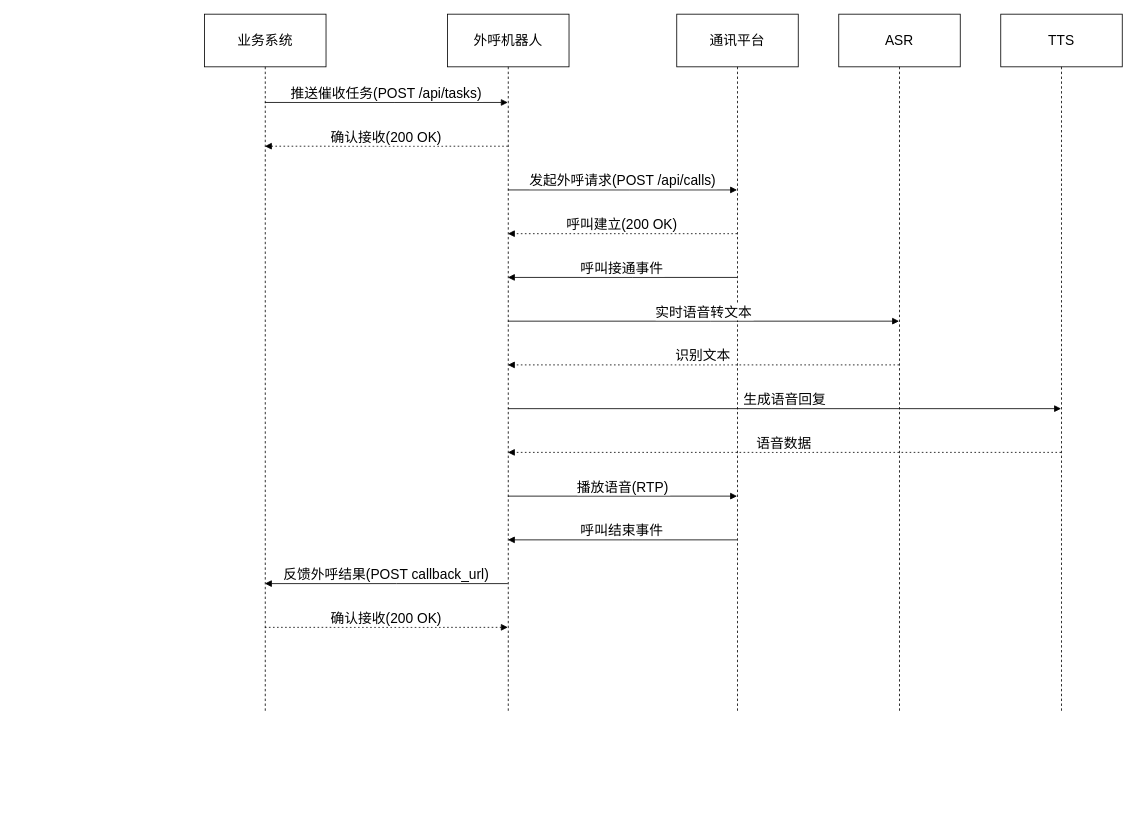
iceAcmen/myDesign keeps this draw.io diagram as page "外呼机器人时序图" (5 of 7) of OC/国开行智能客服.drawio. Above is the earlier version. Source tidied: cells renumbered, new cells numbered last; positions are measured from the earlier drawing's top-left corner, leaving out a move shared by most shapes. Both pictures are drawn from the tidied source at 81%, with x=0, y=0 at pixel (204, 14).
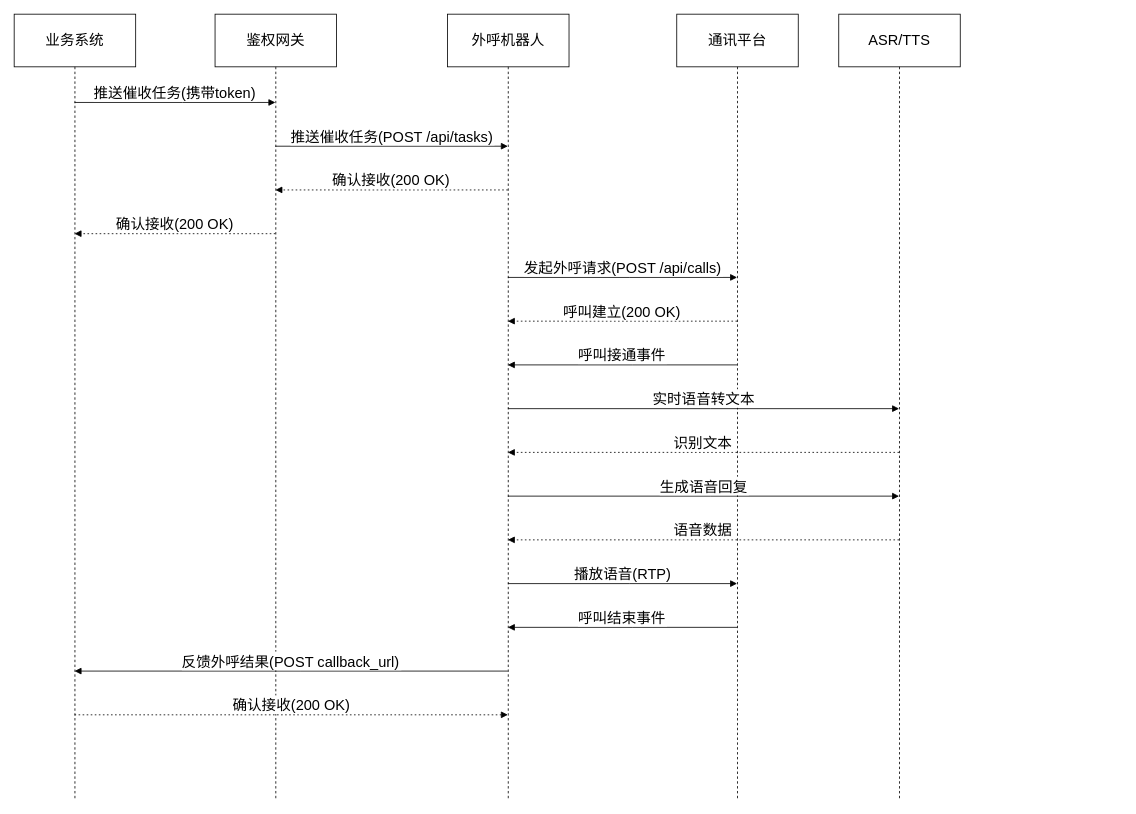
The same diagram, later.

Commit message:
更新国开行智能客服.drawio

What changed in the source:
```diff
@@
-    <mxCell id="2" value="业务系统" style="shape=umlLifeline;perimeter=lifelinePerimeter;whiteSpace=wrap;outlineConnect=0;portConstraint=eastwest;newEdgeStyle={&quot;edgeStyle&quot;:&quot;elbowEdgeStyle&quot;,&quot;elbow&quot;:&quot;vertical&quot;,&quot;curved&quot;:0,&quot;rounded&quot;:0};size=65;fontSize=17;" parent="1" vertex="1">
-      <mxGeometry width="150" height="862" as="geometry" />
+    <mxCell id="2" value="业务系统" style="shape=umlLifeline;perimeter=lifelinePerimeter;whiteSpace=wrap;outlineConnect=0;portConstraint=eastwest;newEdgeStyle={&quot;edgeStyle&quot;:&quot;elbowEdgeStyle&quot;,&quot;elbow&quot;:&quot;vertical&quot;,&quot;curved&quot;:0,&quot;rounded&quot;:0};size=65;fontSize=18;" parent="1" vertex="1">
+      <mxGeometry x="-235" width="150" height="970" as="geometry" />
     </mxCell>
+    <mxCell id="20" value="鉴权网关" style="shape=umlLifeline;perimeter=lifelinePerimeter;whiteSpace=wrap;outlineConnect=0;portConstraint=eastwest;newEdgeStyle={&quot;edgeStyle&quot;:&quot;elbowEdgeStyle&quot;,&quot;elbow&quot;:&quot;vertical&quot;,&quot;curved&quot;:0,&quot;rounded&quot;:0};size=65;fontSize=18;" parent="1" vertex="1">
+      <mxGeometry x="13" width="150" height="970" as="geometry" />
+    </mxCell>
-    <mxCell id="3" value="外呼机器人" style="shape=umlLifeline;perimeter=lifelinePerimeter;whiteSpace=wrap;outlineConnect=0;portConstraint=eastwest;newEdgeStyle={&quot;edgeStyle&quot;:&quot;elbowEdgeStyle&quot;,&quot;elbow&quot;:&quot;vertical&quot;,&quot;curved&quot;:0,&quot;rounded&quot;:0};size=65;fontSize=17;" parent="1" vertex="1">
-      <mxGeometry x="300" width="150" height="862" as="geometry" />
+    <mxCell id="3" value="外呼机器人" style="shape=umlLifeline;perimeter=lifelinePerimeter;whiteSpace=wrap;outlineConnect=0;portConstraint=eastwest;newEdgeStyle={&quot;edgeStyle&quot;:&quot;elbowEdgeStyle&quot;,&quot;elbow&quot;:&quot;vertical&quot;,&quot;curved&quot;:0,&quot;rounded&quot;:0};size=65;fontSize=18;" parent="1" vertex="1">
+      <mxGeometry x="300" width="150" height="970" as="geometry" />
     </mxCell>
-    <mxCell id="4" value="通讯平台" style="shape=umlLifeline;perimeter=lifelinePerimeter;whiteSpace=wrap;outlineConnect=0;portConstraint=eastwest;newEdgeStyle={&quot;edgeStyle&quot;:&quot;elbowEdgeStyle&quot;,&quot;elbow&quot;:&quot;vertical&quot;,&quot;curved&quot;:0,&quot;rounded&quot;:0};size=65;fontSize=17;" parent="1" vertex="1">
-      <mxGeometry x="583" width="150" height="862" as="geometry" />
+    <mxCell id="4" value="通讯平台" style="shape=umlLifeline;perimeter=lifelinePerimeter;whiteSpace=wrap;outlineConnect=0;portConstraint=eastwest;newEdgeStyle={&quot;edgeStyle&quot;:&quot;elbowEdgeStyle&quot;,&quot;elbow&quot;:&quot;vertical&quot;,&quot;curved&quot;:0,&quot;rounded&quot;:0};size=65;fontSize=18;" parent="1" vertex="1">
+      <mxGeometry x="583" width="150" height="970" as="geometry" />
     </mxCell>
-    <mxCell id="5" value="ASR" style="shape=umlLifeline;perimeter=lifelinePerimeter;whiteSpace=wrap;outlineConnect=0;portConstraint=eastwest;newEdgeStyle={&quot;edgeStyle&quot;:&quot;elbowEdgeStyle&quot;,&quot;elbow&quot;:&quot;vertical&quot;,&quot;curved&quot;:0,&quot;rounded&quot;:0};size=65;fontSize=17;" parent="1" vertex="1">
-      <mxGeometry x="783" width="150" height="862" as="geometry" />
-    </mxCell>
-    <mxCell id="6" value="TTS" style="shape=umlLifeline;perimeter=lifelinePerimeter;whiteSpace=wrap;outlineConnect=0;portConstraint=eastwest;newEdgeStyle={&quot;edgeStyle&quot;:&quot;elbowEdgeStyle&quot;,&quot;elbow&quot;:&quot;vertical&quot;,&quot;curved&quot;:0,&quot;rounded&quot;:0};size=65;fontSize=17;" parent="1" vertex="1">
-      <mxGeometry x="983" width="150" height="862" as="geometry" />
-    </mxCell>
+    <mxCell id="21" value="ASR/TTS" style="shape=umlLifeline;perimeter=lifelinePerimeter;whiteSpace=wrap;outlineConnect=0;portConstraint=eastwest;newEdgeStyle={&quot;edgeStyle&quot;:&quot;elbowEdgeStyle&quot;,&quot;elbow&quot;:&quot;vertical&quot;,&quot;curved&quot;:0,&quot;rounded&quot;:0};size=65;fontSize=18;" parent="1" vertex="1">
+      <mxGeometry x="783" width="150" height="970" as="geometry" />
+    </mxCell>
+    <mxCell id="22" value="推送催收任务(携带token)" style="verticalAlign=bottom;edgeStyle=elbowEdgeStyle;elbow=vertical;curved=0;rounded=0;endArrow=block;fontSize=18;" parent="1" edge="1" source="2" target="20">
+      <mxGeometry relative="1" as="geometry">
+        <Array as="points">
+          <mxPoint x="-27" y="109" />
+        </Array>
+      </mxGeometry>
+    </mxCell>
-    <mxCell id="7" value="推送催收任务(POST /api/tasks)" style="verticalAlign=bottom;edgeStyle=elbowEdgeStyle;elbow=vertical;curved=0;rounded=0;endArrow=block;fontSize=17;" parent="1" edge="1" source="2" target="3">
+    <mxCell id="7" value="推送催收任务(POST /api/tasks)" style="verticalAlign=bottom;edgeStyle=elbowEdgeStyle;elbow=vertical;curved=0;rounded=0;endArrow=block;fontSize=18;" parent="1" edge="1" source="20" target="3">
       <mxGeometry relative="1" as="geometry">
         <Array as="points">
-          <mxPoint x="234" y="109" />
+          <mxPoint x="240" y="163" />
         </Array>
       </mxGeometry>
     </mxCell>
-    <mxCell id="8" value="确认接收(200 OK)" style="verticalAlign=bottom;edgeStyle=elbowEdgeStyle;elbow=vertical;curved=0;rounded=0;dashed=1;dashPattern=2 3;endArrow=block;fontSize=17;" parent="1" edge="1" source="3" target="2">
-      <mxGeometry relative="1" as="geometry">
-        <Array as="points">
-          <mxPoint x="237" y="163" />
-        </Array>
-      </mxGeometry>
-    </mxCell>
+    <mxCell id="23" value="确认接收(200 OK)" style="verticalAlign=bottom;edgeStyle=elbowEdgeStyle;elbow=vertical;curved=0;rounded=0;dashed=1;dashPattern=2 3;endArrow=block;fontSize=18;" parent="1" edge="1" source="3" target="20">
+      <mxGeometry relative="1" as="geometry">
+        <Array as="points">
+          <mxPoint x="243" y="217" />
+        </Array>
+      </mxGeometry>
+    </mxCell>
+    <mxCell id="24" value="确认接收(200 OK)" style="verticalAlign=bottom;edgeStyle=elbowEdgeStyle;elbow=vertical;curved=0;rounded=0;dashed=1;dashPattern=2 3;endArrow=block;fontSize=18;" parent="1" edge="1" source="20" target="2">
+      <mxGeometry relative="1" as="geometry">
+        <Array as="points">
+          <mxPoint x="-24" y="271" />
+        </Array>
+      </mxGeometry>
+    </mxCell>
-    <mxCell id="9" value="发起外呼请求(POST /api/calls)" style="verticalAlign=bottom;edgeStyle=elbowEdgeStyle;elbow=vertical;curved=0;rounded=0;endArrow=block;fontSize=17;" parent="1" edge="1" source="3" target="4">
+    <mxCell id="9" value="发起外呼请求(POST /api/calls)" style="verticalAlign=bottom;edgeStyle=elbowEdgeStyle;elbow=vertical;curved=0;rounded=0;endArrow=block;fontSize=18;" parent="1" edge="1" source="3" target="4">
       <mxGeometry relative="1" as="geometry">
         <Array as="points">
-          <mxPoint x="525" y="217" />
+          <mxPoint x="525" y="325" />
         </Array>
       </mxGeometry>
     </mxCell>
-    <mxCell id="10" value="呼叫建立(200 OK)" style="verticalAlign=bottom;edgeStyle=elbowEdgeStyle;elbow=vertical;curved=0;rounded=0;dashed=1;dashPattern=2 3;endArrow=block;fontSize=17;" parent="1" edge="1" source="4" target="3">
+    <mxCell id="10" value="呼叫建立(200 OK)" style="verticalAlign=bottom;edgeStyle=elbowEdgeStyle;elbow=vertical;curved=0;rounded=0;dashed=1;dashPattern=2 3;endArrow=block;fontSize=18;" parent="1" edge="1" source="4" target="3">
       <mxGeometry relative="1" as="geometry">
         <Array as="points">
-          <mxPoint x="528" y="271" />
+          <mxPoint x="528" y="379" />
         </Array>
       </mxGeometry>
     </mxCell>
-    <mxCell id="11" value="呼叫接通事件" style="verticalAlign=bottom;edgeStyle=elbowEdgeStyle;elbow=vertical;curved=0;rounded=0;endArrow=block;fontSize=17;" parent="1" edge="1" source="4" target="3">
+    <mxCell id="11" value="呼叫接通事件" style="verticalAlign=bottom;edgeStyle=elbowEdgeStyle;elbow=vertical;curved=0;rounded=0;endArrow=block;fontSize=18;" parent="1" edge="1" source="4" target="3">
       <mxGeometry relative="1" as="geometry">
         <Array as="points">
-          <mxPoint x="528" y="325" />
+          <mxPoint x="528" y="433" />
         </Array>
       </mxGeometry>
     </mxCell>
-    <mxCell id="12" value="实时语音转文本" style="verticalAlign=bottom;edgeStyle=elbowEdgeStyle;elbow=vertical;curved=0;rounded=0;endArrow=block;fontSize=17;" parent="1" edge="1" source="3" target="5">
+    <mxCell id="12" value="实时语音转文本" style="verticalAlign=bottom;edgeStyle=elbowEdgeStyle;elbow=vertical;curved=0;rounded=0;endArrow=block;fontSize=18;" parent="1" edge="1" source="3" target="21">
       <mxGeometry relative="1" as="geometry">
         <Array as="points">
-          <mxPoint x="625" y="379" />
+          <mxPoint x="625" y="487" />
         </Array>
       </mxGeometry>
     </mxCell>
-    <mxCell id="13" value="识别文本" style="verticalAlign=bottom;edgeStyle=elbowEdgeStyle;elbow=vertical;curved=0;rounded=0;dashed=1;dashPattern=2 3;endArrow=block;fontSize=17;" parent="1" edge="1" source="5" target="3">
+    <mxCell id="13" value="识别文本" style="verticalAlign=bottom;edgeStyle=elbowEdgeStyle;elbow=vertical;curved=0;rounded=0;dashed=1;dashPattern=2 3;endArrow=block;fontSize=18;" parent="1" edge="1" source="21" target="3">
       <mxGeometry relative="1" as="geometry">
         <Array as="points">
-          <mxPoint x="628" y="433" />
+          <mxPoint x="628" y="541" />
         </Array>
       </mxGeometry>
     </mxCell>
-    <mxCell id="14" value="生成语音回复" style="verticalAlign=bottom;edgeStyle=elbowEdgeStyle;elbow=vertical;curved=0;rounded=0;endArrow=block;fontSize=17;" parent="1" edge="1" source="3" target="6">
+    <mxCell id="14" value="生成语音回复" style="verticalAlign=bottom;edgeStyle=elbowEdgeStyle;elbow=vertical;curved=0;rounded=0;endArrow=block;fontSize=18;" parent="1" edge="1" source="3" target="21">
       <mxGeometry relative="1" as="geometry">
         <Array as="points">
-          <mxPoint x="725" y="487" />
+          <mxPoint x="625" y="595" />
         </Array>
       </mxGeometry>
     </mxCell>
-    <mxCell id="15" value="语音数据" style="verticalAlign=bottom;edgeStyle=elbowEdgeStyle;elbow=vertical;curved=0;rounded=0;dashed=1;dashPattern=2 3;endArrow=block;fontSize=17;" parent="1" edge="1" source="6" target="3">
+    <mxCell id="15" value="语音数据" style="verticalAlign=bottom;edgeStyle=elbowEdgeStyle;elbow=vertical;curved=0;rounded=0;dashed=1;dashPattern=2 3;endArrow=block;fontSize=18;" parent="1" edge="1" source="21" target="3">
       <mxGeometry relative="1" as="geometry">
         <Array as="points">
-          <mxPoint x="728" y="541" />
+          <mxPoint x="628" y="649" />
         </Array>
       </mxGeometry>
     </mxCell>
-    <mxCell id="16" value="播放语音(RTP)" style="verticalAlign=bottom;edgeStyle=elbowEdgeStyle;elbow=vertical;curved=0;rounded=0;endArrow=block;fontSize=17;" parent="1" edge="1" source="3" target="4">
+    <mxCell id="16" value="播放语音(RTP)" style="verticalAlign=bottom;edgeStyle=elbowEdgeStyle;elbow=vertical;curved=0;rounded=0;endArrow=block;fontSize=18;" parent="1" edge="1" source="3" target="4">
       <mxGeometry relative="1" as="geometry">
         <Array as="points">
-          <mxPoint x="525" y="595" />
+          <mxPoint x="525" y="703" />
         </Array>
       </mxGeometry>
     </mxCell>
-    <mxCell id="17" value="呼叫结束事件" style="verticalAlign=bottom;edgeStyle=elbowEdgeStyle;elbow=vertical;curved=0;rounded=0;endArrow=block;fontSize=17;" parent="1" edge="1" source="4" target="3">
+    <mxCell id="17" value="呼叫结束事件" style="verticalAlign=bottom;edgeStyle=elbowEdgeStyle;elbow=vertical;curved=0;rounded=0;endArrow=block;fontSize=18;" parent="1" edge="1" source="4" target="3">
       <mxGeometry relative="1" as="geometry">
         <Array as="points">
-          <mxPoint x="528" y="649" />
+          <mxPoint x="528" y="757" />
         </Array>
       </mxGeometry>
     </mxCell>
-    <mxCell id="18" value="反馈外呼结果(POST callback_url)" style="verticalAlign=bottom;edgeStyle=elbowEdgeStyle;elbow=vertical;curved=0;rounded=0;endArrow=block;fontSize=17;" parent="1" edge="1" source="3" target="2">
+    <mxCell id="18" value="反馈外呼结果(POST callback_url)" style="verticalAlign=bottom;edgeStyle=elbowEdgeStyle;elbow=vertical;curved=0;rounded=0;endArrow=block;fontSize=18;" parent="1" edge="1" source="3" target="2">
       <mxGeometry relative="1" as="geometry">
         <Array as="points">
-          <mxPoint x="237" y="703" />
+          <mxPoint x="119" y="811" />
         </Array>
       </mxGeometry>
     </mxCell>
-    <mxCell id="19" value="确认接收(200 OK)" style="verticalAlign=bottom;edgeStyle=elbowEdgeStyle;elbow=vertical;curved=0;rounded=0;dashed=1;dashPattern=2 3;endArrow=block;fontSize=17;" parent="1" edge="1" source="2" target="3">
+    <mxCell id="19" value="确认接收(200 OK)" style="verticalAlign=bottom;edgeStyle=elbowEdgeStyle;elbow=vertical;curved=0;rounded=0;dashed=1;dashPattern=2 3;endArrow=block;fontSize=18;" parent="1" edge="1" source="2" target="3">
       <mxGeometry relative="1" as="geometry">
         <Array as="points">
-          <mxPoint x="234" y="757" />
+          <mxPoint x="116" y="865" />
         </Array>
       </mxGeometry>
     </mxCell>
```
